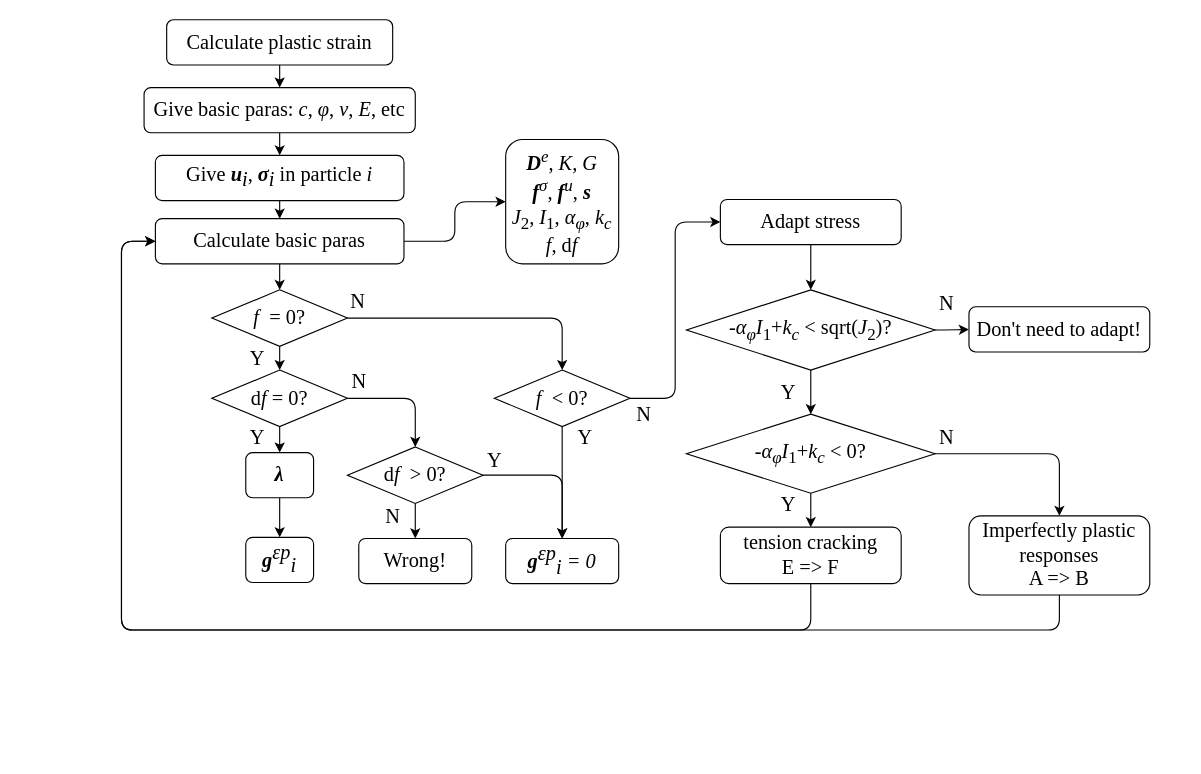
Earlier version of the draw.io diagram page "Page-2" (2 of 2) of data/flowchart.drawio (Rabmelon/tiSPHi). Source tidied: cells renumbered, new cells numbered last; positions are measured from the earlier drawing's top-left corner, leaving out a move shared by most shapes. Both pictures are drawn from the tidied source at 113%, with x=0, y=0 at pixel (121, 19).
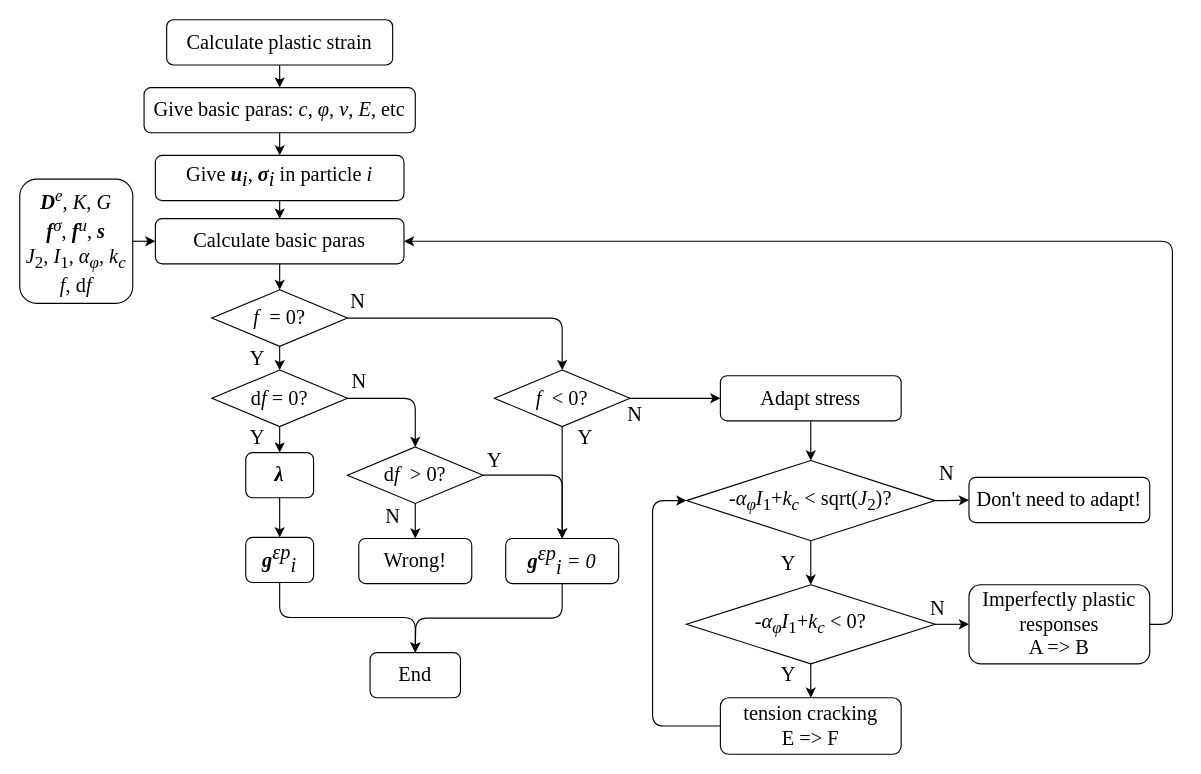
The same diagram, later.

Unchanged cells that the change refers to:
```xml
<mxCell id="10" value="Calculate basic paras" style="rounded=1;whiteSpace=wrap;html=1;fontStyle=0;fontFamily=Times New Roman;fontSize=18;" parent="1" vertex="1">
  <mxGeometry x="30" y="176" width="220" height="40" as="geometry" />
</mxCell>
<mxCell id="20" value="&lt;font face=&quot;times new roman&quot;&gt;&lt;i&gt;f&lt;/i&gt;&amp;nbsp; &amp;lt; 0?&lt;/font&gt;" style="rhombus;whiteSpace=wrap;html=1;fontFamily=Times New Roman;fontSize=18;" parent="1" vertex="1">
  <mxGeometry x="330" y="310" width="120" height="50" as="geometry" />
</mxCell>
<mxCell id="23" value="&lt;font style=&quot;font-size: 18px&quot;&gt;&lt;i style=&quot;font-size: 18px;&quot;&gt;&lt;b style=&quot;font-size: 18px;&quot;&gt;g&lt;/b&gt;&lt;sup style=&quot;font-size: 18px;&quot;&gt;εp&lt;/sup&gt;&lt;sub style=&quot;font-size: 18px;&quot;&gt;i&lt;/sub&gt;&lt;/i&gt;&lt;/font&gt;" style="whiteSpace=wrap;html=1;rounded=1;fontStyle=0;fontFamily=Times New Roman;fontSize=18;" parent="1" vertex="1">
  <mxGeometry x="110" y="458" width="60" height="40" as="geometry" />
</mxCell>
<mxCell id="24" value="&lt;font style=&quot;font-size: 18px&quot;&gt;&lt;i style=&quot;font-size: 18px&quot;&gt;&lt;b style=&quot;font-size: 18px&quot;&gt;g&lt;/b&gt;&lt;sup style=&quot;font-size: 18px&quot;&gt;εp&lt;/sup&gt;&lt;sub style=&quot;font-size: 18px&quot;&gt;i &lt;/sub&gt;&lt;span style=&quot;font-size: 18px&quot;&gt;= 0&lt;/span&gt;&lt;/i&gt;&lt;/font&gt;" style="whiteSpace=wrap;html=1;rounded=1;fontStyle=0;fontFamily=Times New Roman;fontSize=18;" parent="1" vertex="1">
  <mxGeometry x="340" y="459" width="100" height="40" as="geometry" />
</mxCell>
```

The edit, as a diff of the source:
```diff
@@
-    <mxCell id="9" style="edgeStyle=orthogonalEdgeStyle;html=1;exitX=1;exitY=0.5;exitDx=0;exitDy=0;entryX=0;entryY=0.5;entryDx=0;entryDy=0;fontFamily=Times New Roman;fontSize=18;" parent="1" edge="1" source="10" target="11">
-      <mxGeometry relative="1" as="geometry" />
-    </mxCell>
@@
+    <mxCell id="42" style="edgeStyle=orthogonalEdgeStyle;html=1;exitX=1;exitY=0.5;exitDx=0;exitDy=0;entryX=0;entryY=0.5;entryDx=0;entryDy=0;" parent="1" edge="1" source="11" target="10">
+      <mxGeometry relative="1" as="geometry" />
+    </mxCell>
     <mxCell id="11" value="&lt;i&gt;&lt;b&gt;D&lt;/b&gt;&lt;sup&gt;e&lt;/sup&gt;&lt;/i&gt;, &lt;i&gt;K&lt;/i&gt;, &lt;i&gt;G&lt;br&gt;&lt;/i&gt;&lt;i style=&quot;font-weight: bold&quot;&gt;f&lt;/i&gt;&lt;i&gt;&lt;sup&gt;σ&lt;/sup&gt;&lt;/i&gt;,&amp;nbsp;&lt;i style=&quot;font-weight: bold&quot;&gt;f&lt;/i&gt;&lt;sup style=&quot;font-style: italic&quot;&gt;u&lt;/sup&gt;,&amp;nbsp;&lt;i style=&quot;font-weight: bold&quot;&gt;s&lt;/i&gt;&lt;sup style=&quot;font-style: italic&quot;&gt;&lt;br&gt;&lt;/sup&gt;&lt;i&gt;J&lt;/i&gt;&lt;sub&gt;2&lt;/sub&gt;, &lt;i&gt;I&lt;/i&gt;&lt;sub&gt;1&lt;/sub&gt;, &lt;i&gt;α&lt;sub&gt;φ&lt;/sub&gt;&lt;/i&gt;, &lt;i&gt;k&lt;sub&gt;c&lt;/sub&gt;&lt;/i&gt;&lt;br&gt;&lt;i&gt;f&lt;/i&gt;, d&lt;i&gt;f&lt;/i&gt;" style="whiteSpace=wrap;html=1;rounded=1;fontStyle=0;fontFamily=Times New Roman;fontSize=18;" parent="1" vertex="1">
-      <mxGeometry x="340" y="106" width="100" height="110" as="geometry" />
+      <mxGeometry x="-90" y="141" width="100" height="110" as="geometry" />
     </mxCell>
@@
     <mxCell id="19" value="N" style="edgeStyle=orthogonalEdgeStyle;html=1;exitX=1;exitY=0.5;exitDx=0;exitDy=0;entryX=0;entryY=0.5;entryDx=0;entryDy=0;fontFamily=Times New Roman;fontSize=18;" parent="1" edge="1" source="20" target="29">
-      <mxGeometry x="-0.9" y="-15" relative="1" as="geometry" />
+      <mxGeometry x="-0.9" y="-15" relative="1" as="geometry">
+        <Array as="points">
+          <mxPoint x="530" y="335" />
+        </Array>
+      </mxGeometry>
     </mxCell>
@@
+    <mxCell id="43" style="edgeStyle=orthogonalEdgeStyle;html=1;exitX=0.5;exitY=1;exitDx=0;exitDy=0;entryX=0.5;entryY=0;entryDx=0;entryDy=0;" parent="1" edge="1" source="23" target="46">
+      <mxGeometry relative="1" as="geometry" />
+    </mxCell>
@@
+    <mxCell id="44" style="edgeStyle=orthogonalEdgeStyle;html=1;exitX=0.5;exitY=1;exitDx=0;exitDy=0;" parent="1" edge="1" source="24">
+      <mxGeometry relative="1" as="geometry">
+        <mxPoint x="260" y="560" as="targetPoint" />
+      </mxGeometry>
+    </mxCell>
@@
     <mxCell id="29" value="Adapt stress" style="whiteSpace=wrap;html=1;rounded=1;fontStyle=0;fontFamily=Times New Roman;fontSize=18;" parent="1" vertex="1">
-      <mxGeometry x="530" y="159" width="160" height="40" as="geometry" />
+      <mxGeometry x="530" y="315" width="160" height="40" as="geometry" />
     </mxCell>
@@
     <mxCell id="33" value="&lt;font face=&quot;times new roman&quot;&gt;-&lt;i&gt;α&lt;/i&gt;&lt;sub style=&quot;font-style: italic&quot;&gt;φ&lt;/sub&gt;&lt;i&gt;I&lt;/i&gt;&lt;sub&gt;1&lt;/sub&gt;+&lt;i&gt;k&lt;/i&gt;&lt;sub style=&quot;font-style: italic&quot;&gt;c&lt;/sub&gt; &amp;lt; sqrt(&lt;i&gt;J&lt;/i&gt;&lt;sub&gt;2&lt;/sub&gt;)?&lt;/font&gt;" style="rhombus;whiteSpace=wrap;html=1;fontFamily=Times New Roman;fontSize=18;" parent="1" vertex="1">
-      <mxGeometry x="500" y="239" width="220" height="71" as="geometry" />
+      <mxGeometry x="500" y="390" width="220" height="71" as="geometry" />
     </mxCell>
-    <mxCell id="34" value="N" style="edgeStyle=orthogonalEdgeStyle;html=1;exitX=1;exitY=0.5;exitDx=0;exitDy=0;entryX=0.5;entryY=0;entryDx=0;entryDy=0;fontFamily=Times New Roman;fontSize=18;" parent="1" edge="1" source="36" target="41">
+    <mxCell id="34" value="N" style="edgeStyle=orthogonalEdgeStyle;html=1;exitX=1;exitY=0.5;exitDx=0;exitDy=0;fontFamily=Times New Roman;fontSize=18;" parent="1" edge="1" source="36" target="41">
       <mxGeometry x="-0.88" y="14" relative="1" as="geometry" />
     </mxCell>
@@
     <mxCell id="36" value="&lt;font face=&quot;times new roman&quot;&gt;-&lt;i&gt;α&lt;/i&gt;&lt;sub style=&quot;font-style: italic&quot;&gt;φ&lt;/sub&gt;&lt;i&gt;I&lt;/i&gt;&lt;sub&gt;1&lt;/sub&gt;+&lt;i&gt;k&lt;/i&gt;&lt;sub style=&quot;font-style: italic&quot;&gt;c&lt;/sub&gt; &amp;lt; 0?&lt;/font&gt;" style="rhombus;whiteSpace=wrap;html=1;fontFamily=Times New Roman;fontSize=18;" parent="1" vertex="1">
-      <mxGeometry x="500" y="349" width="220" height="70" as="geometry" />
+      <mxGeometry x="500" y="500" width="220" height="70" as="geometry" />
     </mxCell>
     <mxCell id="37" value="Don't need to adapt!" style="whiteSpace=wrap;html=1;rounded=1;fontStyle=0;fontFamily=Times New Roman;fontSize=18;" parent="1" vertex="1">
-      <mxGeometry x="750" y="254" width="160" height="40" as="geometry" />
+      <mxGeometry x="750" y="405" width="160" height="40" as="geometry" />
     </mxCell>
-    <mxCell id="38" style="edgeStyle=orthogonalEdgeStyle;html=1;exitX=0.5;exitY=1;exitDx=0;exitDy=0;entryX=0;entryY=0.5;entryDx=0;entryDy=0;fontFamily=Times New Roman;fontSize=18;" parent="1" edge="1" source="39" target="10">
-      <mxGeometry relative="1" as="geometry">
-        <Array as="points">
-          <mxPoint x="610" y="540" />
-          <mxPoint y="540" />
-          <mxPoint y="196" />
-        </Array>
-      </mxGeometry>
-    </mxCell>
+    <mxCell id="45" style="edgeStyle=orthogonalEdgeStyle;html=1;exitX=0;exitY=0.5;exitDx=0;exitDy=0;entryX=0;entryY=0.5;entryDx=0;entryDy=0;" parent="1" edge="1" source="39" target="33">
+      <mxGeometry relative="1" as="geometry">
+        <Array as="points">
+          <mxPoint x="470" y="625" />
+          <mxPoint x="470" y="426" />
+        </Array>
+      </mxGeometry>
+    </mxCell>
     <mxCell id="39" value="tension cracking&lt;br&gt;E =&amp;gt; F" style="whiteSpace=wrap;html=1;rounded=1;fontStyle=0;fontFamily=Times New Roman;fontSize=18;" parent="1" vertex="1">
-      <mxGeometry x="530" y="449" width="160" height="50" as="geometry" />
+      <mxGeometry x="530" y="600" width="160" height="50" as="geometry" />
     </mxCell>
-    <mxCell id="40" style="edgeStyle=orthogonalEdgeStyle;html=1;exitX=0.5;exitY=1;exitDx=0;exitDy=0;entryX=0;entryY=0.5;entryDx=0;entryDy=0;fontFamily=Times New Roman;fontSize=18;" parent="1" edge="1" source="41" target="10">
+    <mxCell id="40" style="edgeStyle=orthogonalEdgeStyle;html=1;exitX=1;exitY=0.5;exitDx=0;exitDy=0;entryX=1;entryY=0.5;entryDx=0;entryDy=0;" parent="1" edge="1" source="41" target="10">
       <mxGeometry relative="1" as="geometry">
         <Array as="points">
-          <mxPoint x="830" y="540" />
-          <mxPoint y="540" />
-          <mxPoint y="196" />
+          <mxPoint x="930" y="535" />
+          <mxPoint x="930" y="196" />
         </Array>
       </mxGeometry>
     </mxCell>
     <mxCell id="41" value="Imperfectly plastic responses&lt;br&gt;A =&amp;gt; B" style="whiteSpace=wrap;html=1;rounded=1;fontStyle=0;fontFamily=Times New Roman;fontSize=18;" parent="1" vertex="1">
-      <mxGeometry x="750" y="439" width="160" height="70" as="geometry" />
+      <mxGeometry x="750" y="500" width="160" height="70" as="geometry" />
     </mxCell>
+    <mxCell id="46" value="End" style="whiteSpace=wrap;html=1;rounded=1;fontStyle=0;fontFamily=Times New Roman;fontSize=18;" parent="1" vertex="1">
+      <mxGeometry x="220" y="560" width="80" height="40" as="geometry" />
+    </mxCell>
```
